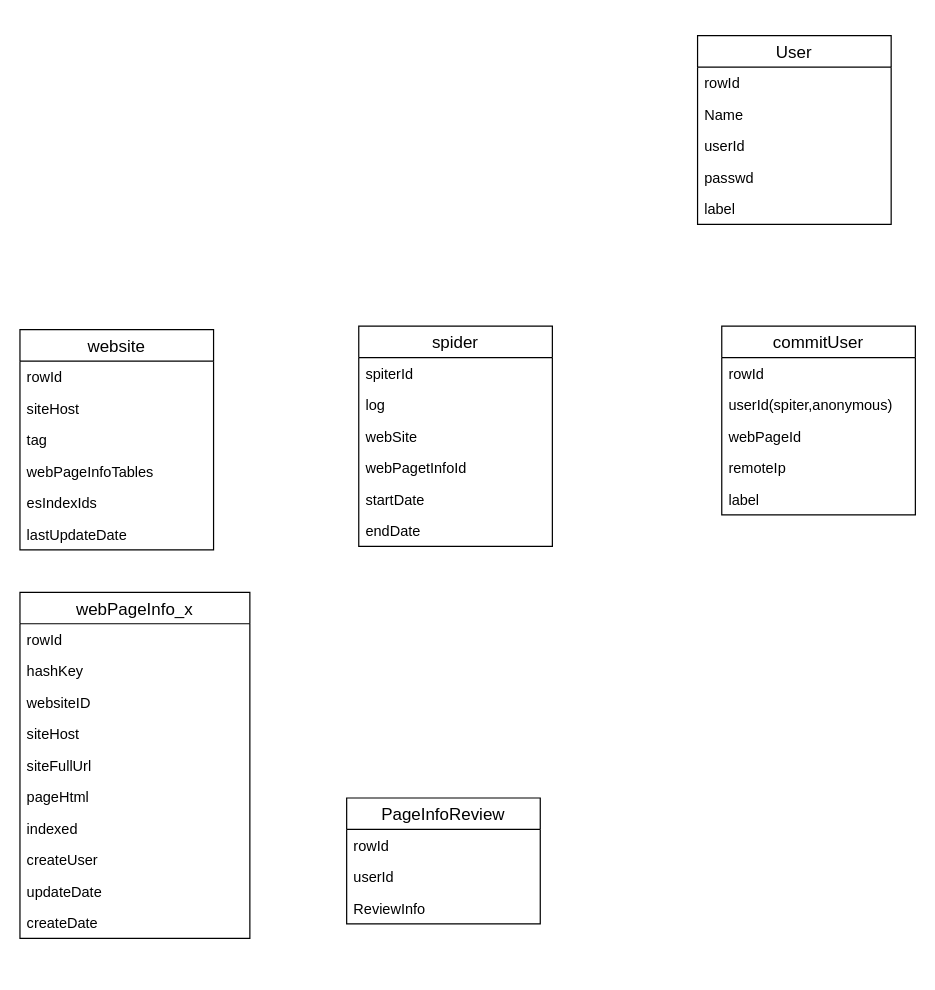
This is es.drawio from luobintianya/atracker, a draw.io file, before an edit. Source tidied: cells renumbered, new cells numbered last; positions are measured from the earlier drawing's top-left corner, leaving out a move shared by most shapes. Both pictures are drawn from the tidied source at 121%, with x=0, y=0 at pixel (19, 35).
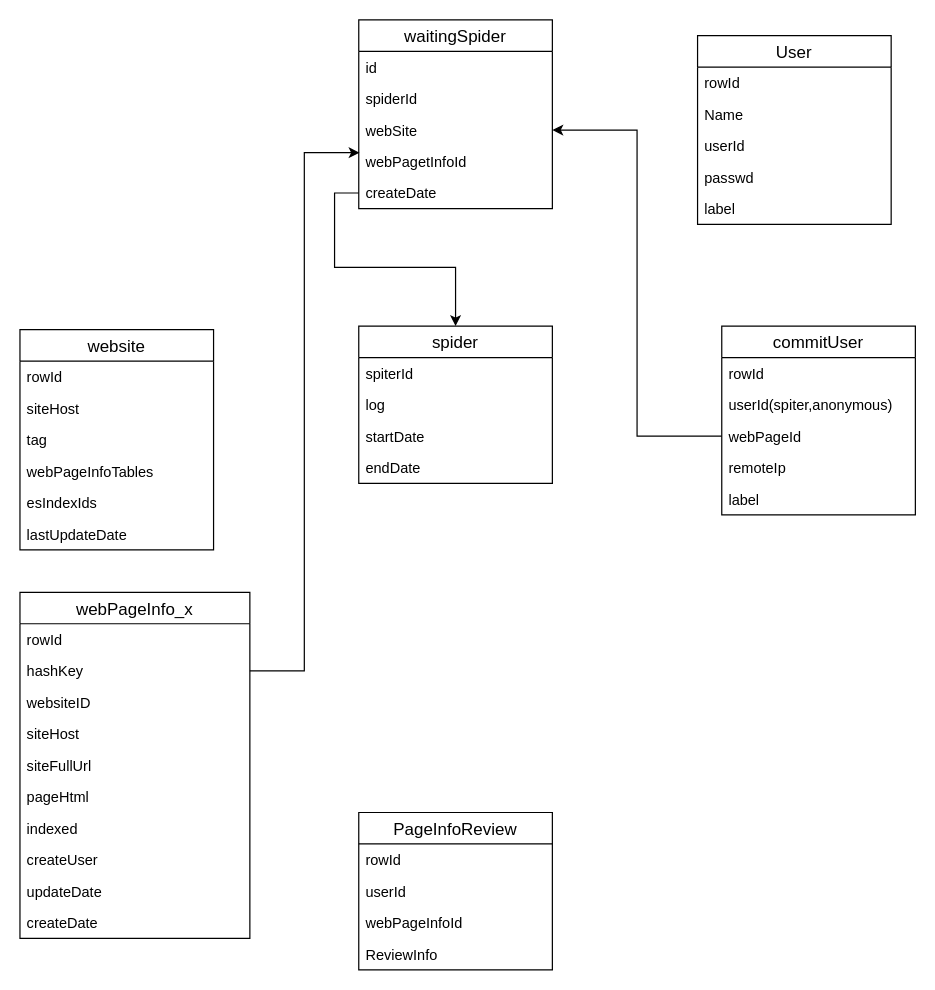
The same diagram, later.

Unchanged cells that the change refers to:
```xml
<mxCell id="11" value="hashKey" style="text;strokeColor=none;fillColor=none;spacingLeft=4;spacingRight=4;overflow=hidden;points=[[0,0.5],[1,0.5]];portConstraint=eastwest;fontSize=12;" parent="9" vertex="1">
  <mxGeometry y="52" width="190" height="26" as="geometry" />
</mxCell>
<mxCell id="33" value="webPageId" style="text;strokeColor=none;fillColor=none;spacingLeft=4;spacingRight=4;overflow=hidden;points=[[0,0.5],[1,0.5]];portConstraint=eastwest;fontSize=12;" parent="30" vertex="1">
  <mxGeometry y="78" width="160" height="26" as="geometry" />
</mxCell>
```

What changed in the source:
```diff
@@
-    <mxCell id="20" value="PageInfoReview" style="swimlane;fontStyle=0;horizontal=1;startSize=26;align=center;fontSize=14;" parent="1" vertex="1">
-      <mxGeometry x="270" y="630" width="160" height="104" as="geometry" />
-    </mxCell>
-    <mxCell id="21" value="rowId" style="text;strokeColor=none;fillColor=none;spacingLeft=4;spacingRight=4;overflow=hidden;fontSize=12;" parent="20" vertex="1">
-      <mxGeometry y="26" width="160" height="26" as="geometry" />
-    </mxCell>
-    <mxCell id="22" value="userId" style="text;strokeColor=none;fillColor=none;spacingLeft=4;spacingRight=4;overflow=hidden;fontSize=12;" parent="20" vertex="1">
-      <mxGeometry y="52" width="160" height="26" as="geometry" />
-    </mxCell>
-    <mxCell id="23" value="ReviewInfo" style="text;strokeColor=none;fillColor=none;spacingLeft=4;spacingRight=4;overflow=hidden;fontSize=12;" parent="20" vertex="1">
-      <mxGeometry y="78" width="160" height="26" as="geometry" />
-    </mxCell>
+    <mxCell id="43" value="waitingSpider" style="swimlane;fontStyle=0;horizontal=1;startSize=26;align=center;fontSize=14;" parent="1" vertex="1">
+      <mxGeometry x="280" y="-13" width="160" height="156" as="geometry" />
+    </mxCell>
+    <mxCell id="44" value="id" style="text;strokeColor=none;fillColor=none;spacingLeft=4;spacingRight=4;overflow=hidden;fontSize=12;" parent="43" vertex="1">
+      <mxGeometry y="26" width="160" height="26" as="geometry" />
+    </mxCell>
+    <mxCell id="45" value="spiderId" style="text;strokeColor=none;fillColor=none;spacingLeft=4;spacingRight=4;overflow=hidden;fontSize=12;" parent="43" vertex="1">
+      <mxGeometry y="52" width="160" height="26" as="geometry" />
+    </mxCell>
+    <mxCell id="39" value="webSite&#10;" style="text;strokeColor=none;fillColor=none;spacingLeft=4;spacingRight=4;overflow=hidden;points=[[0,0.5],[1,0.5]];portConstraint=eastwest;fontSize=12;" parent="43" vertex="1">
+      <mxGeometry y="78" width="160" height="26" as="geometry" />
+    </mxCell>
+    <mxCell id="40" value="webPagetInfoId" style="text;strokeColor=none;fillColor=none;spacingLeft=4;spacingRight=4;overflow=hidden;points=[[0,0.5],[1,0.5]];portConstraint=eastwest;fontSize=12;" parent="43" vertex="1">
+      <mxGeometry y="104" width="160" height="26" as="geometry" />
+    </mxCell>
+    <mxCell id="46" value="createDate" style="text;strokeColor=none;fillColor=none;spacingLeft=4;spacingRight=4;overflow=hidden;points=[[0,0.5],[1,0.5]];portConstraint=eastwest;fontSize=12;" parent="43" vertex="1">
+      <mxGeometry y="130" width="160" height="26" as="geometry" />
+    </mxCell>
@@
     <mxCell id="36" value="spider" style="swimlane;fontStyle=0;horizontal=1;startSize=26;align=center;fontSize=14;" parent="1" vertex="1">
-      <mxGeometry x="280" y="240" width="160" height="182" as="geometry" />
+      <mxGeometry x="280" y="240" width="160" height="130" as="geometry" />
     </mxCell>
@@
-    <mxCell id="39" value="webSite&#10;" style="text;strokeColor=none;fillColor=none;spacingLeft=4;spacingRight=4;overflow=hidden;points=[[0,0.5],[1,0.5]];portConstraint=eastwest;fontSize=12;" parent="36" vertex="1">
-      <mxGeometry y="78" width="160" height="26" as="geometry" />
-    </mxCell>
-    <mxCell id="40" value="webPagetInfoId" style="text;strokeColor=none;fillColor=none;spacingLeft=4;spacingRight=4;overflow=hidden;points=[[0,0.5],[1,0.5]];portConstraint=eastwest;fontSize=12;" parent="36" vertex="1">
-      <mxGeometry y="104" width="160" height="26" as="geometry" />
-    </mxCell>
     <mxCell id="41" value="startDate" style="text;strokeColor=none;fillColor=none;spacingLeft=4;spacingRight=4;overflow=hidden;fontSize=12;" parent="36" vertex="1">
-      <mxGeometry y="130" width="160" height="26" as="geometry" />
+      <mxGeometry y="78" width="160" height="26" as="geometry" />
     </mxCell>
     <mxCell id="42" value="endDate" style="text;strokeColor=none;fillColor=none;spacingLeft=4;spacingRight=4;overflow=hidden;fontSize=12;" parent="36" vertex="1">
-      <mxGeometry y="156" width="160" height="26" as="geometry" />
+      <mxGeometry y="104" width="160" height="26" as="geometry" />
     </mxCell>
+    <mxCell id="47" style="edgeStyle=orthogonalEdgeStyle;rounded=0;jettySize=auto;html=1;entryX=0.004;entryY=0.218;entryDx=0;entryDy=0;entryPerimeter=0;" parent="1" edge="1" source="11" target="40">
+      <mxGeometry relative="1" as="geometry" />
+    </mxCell>
+    <mxCell id="48" style="edgeStyle=orthogonalEdgeStyle;rounded=0;jettySize=auto;html=1;entryX=1;entryY=0.5;entryDx=0;entryDy=0;" parent="1" edge="1" source="33" target="39">
+      <mxGeometry relative="1" as="geometry" />
+    </mxCell>
+    <mxCell id="49" style="edgeStyle=orthogonalEdgeStyle;rounded=0;jettySize=auto;html=1;entryX=0.5;entryY=0;entryDx=0;entryDy=0;" parent="1" edge="1" source="46" target="36">
+      <mxGeometry relative="1" as="geometry" />
+    </mxCell>
+    <mxCell id="20" value="PageInfoReview" style="swimlane;fontStyle=0;horizontal=1;startSize=26;align=center;fontSize=14;" parent="1" vertex="1">
+      <mxGeometry x="280" y="642" width="160" height="130" as="geometry" />
+    </mxCell>
+    <mxCell id="21" value="rowId" style="text;strokeColor=none;fillColor=none;spacingLeft=4;spacingRight=4;overflow=hidden;fontSize=12;" parent="20" vertex="1">
+      <mxGeometry y="26" width="160" height="26" as="geometry" />
+    </mxCell>
+    <mxCell id="22" value="userId" style="text;strokeColor=none;fillColor=none;spacingLeft=4;spacingRight=4;overflow=hidden;fontSize=12;" parent="20" vertex="1">
+      <mxGeometry y="52" width="160" height="26" as="geometry" />
+    </mxCell>
+    <mxCell id="50" value="webPageInfoId" style="text;strokeColor=none;fillColor=none;spacingLeft=4;spacingRight=4;overflow=hidden;fontSize=12;" parent="20" vertex="1">
+      <mxGeometry y="78" width="160" height="26" as="geometry" />
+    </mxCell>
+    <mxCell id="23" value="ReviewInfo" style="text;strokeColor=none;fillColor=none;spacingLeft=4;spacingRight=4;overflow=hidden;fontSize=12;" parent="20" vertex="1">
+      <mxGeometry y="104" width="160" height="26" as="geometry" />
+    </mxCell>
```
